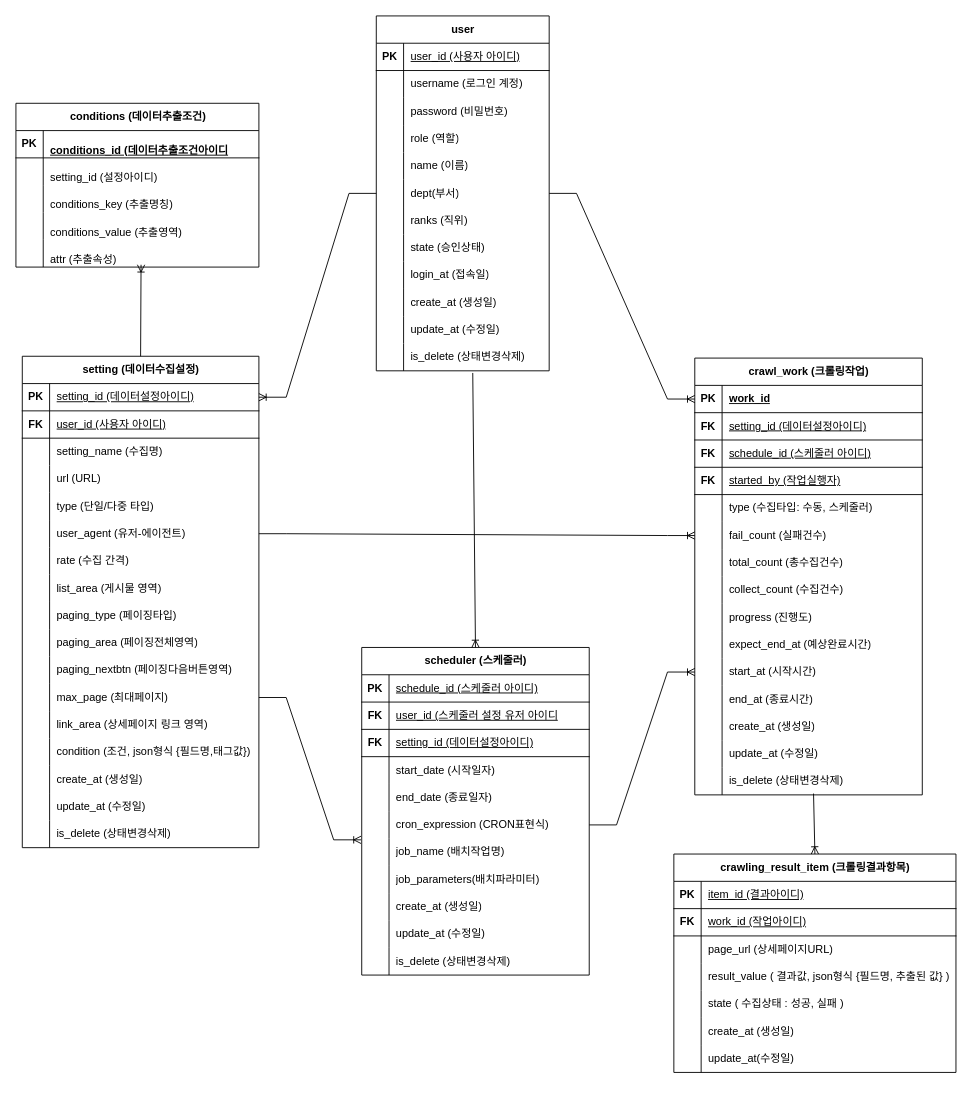
Earlier version of the draw.io diagram 문서/제목 없는 다이어그램.drawio (pky6147/ksis). Source tidied: cells renumbered, new cells numbered last; positions are measured from the earlier drawing's top-left corner, leaving out a move shared by most shapes. Both pictures are drawn from the tidied source at 91%, with x=0, y=0 at pixel (15, 15).
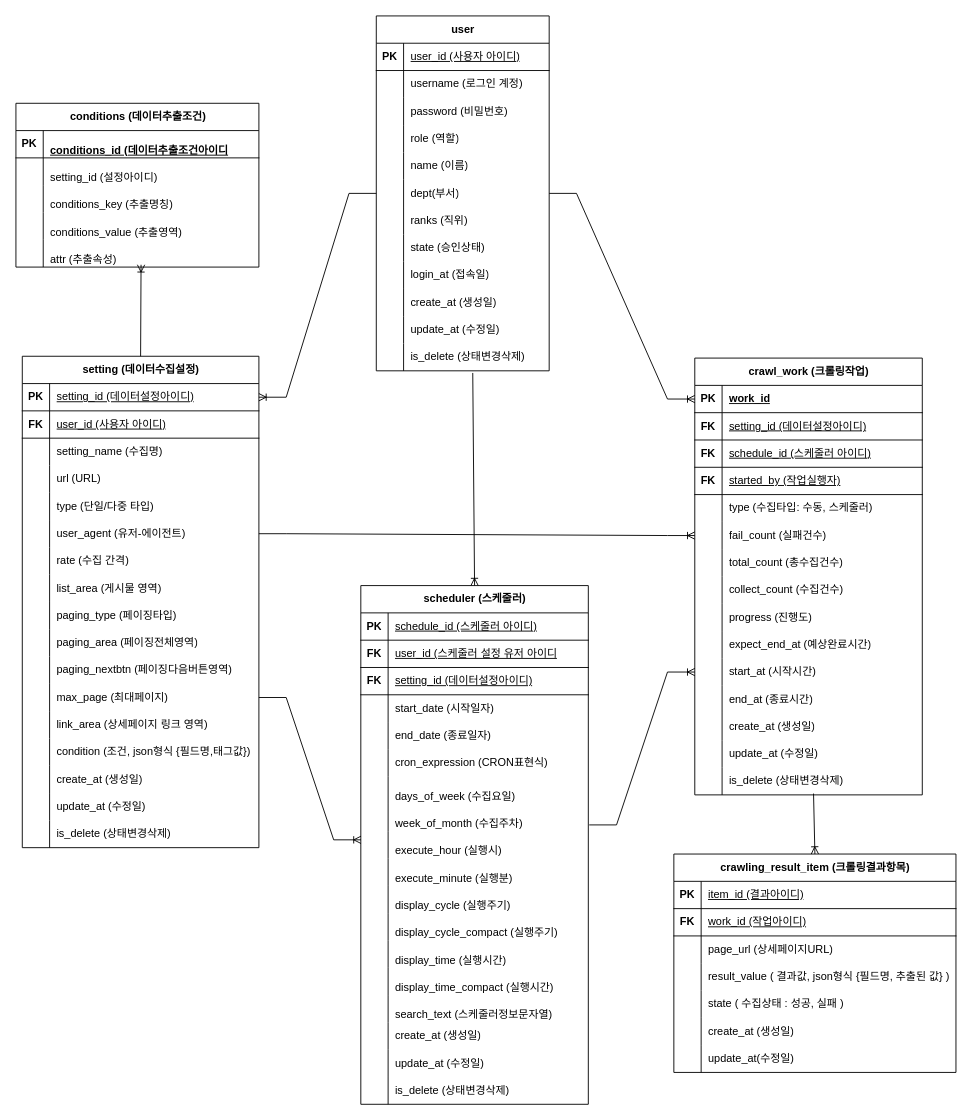
The same page after the edit.

Unchanged cells that the change refers to:
```xml
<mxCell id="110" style="shape=tableRow;horizontal=0;startSize=0;swimlaneHead=0;swimlaneBody=0;fillColor=none;top=0;left=0;right=0;bottom=0;" parent="91" vertex="1">
  <mxGeometry y="210" width="250" height="30" as="geometry" />
</mxCell>
```

Change to the diagram source:
```diff
@@
     <mxCell id="91" value="scheduler (스케줄러)" style="shape=table;startSize=30;childLayout=tableLayout;rowLines=0;fontStyle=1;align=center;html=1;" parent="1" vertex="1">
-      <mxGeometry x="380" y="694" width="250" height="360" as="geometry" />
+      <mxGeometry x="379" y="626" width="250" height="570" as="geometry" />
     </mxCell>
@@
-    <mxCell id="112" value="job_name (배치작업명)" style="shape=partialRectangle;fillColor=none;top=0;left=0;bottom=0;right=0;align=left;spacingLeft=6;overflow=hidden;whiteSpace=wrap;html=1;" parent="110" vertex="1">
+    <mxCell id="112" value="&lt;p class=&quot;1&quot; style=&quot;text-align:center;mso-pagination:none;text-autospace:none;mso-padding-alt:0pt 0pt 0pt 0pt;&quot;&gt;&lt;span lang=&quot;EN-US&quot; style=&quot;mso-fareast-font-family:맑은 고딕;mso-font-width:100%;letter-spacing:0pt;mso-text-raise:0pt;&quot;&gt;days_of_week (수집요일)&lt;/span&gt;&lt;/p&gt;&lt;div id=&quot;hwpEditorBoardContent&quot; class=&quot;hwp_editor_board_content&quot;&gt;&lt;/div&gt;" style="shape=partialRectangle;fillColor=none;top=0;left=0;bottom=0;right=0;align=left;spacingLeft=6;overflow=hidden;whiteSpace=wrap;html=1;" parent="110" vertex="1">
       <mxGeometry x="30" width="220" height="30" as="geometry" />
     </mxCell>
+    <mxCell id="217" style="shape=tableRow;horizontal=0;startSize=0;swimlaneHead=0;swimlaneBody=0;fillColor=none;top=0;left=0;right=0;bottom=0;" parent="91" vertex="1">
+      <mxGeometry y="240" width="250" height="30" as="geometry" />
+    </mxCell>
+    <mxCell id="218" style="shape=partialRectangle;fillColor=none;top=0;left=0;bottom=0;right=0;overflow=hidden;whiteSpace=wrap;html=1;" parent="217" vertex="1">
+      <mxGeometry width="30" height="30" as="geometry" />
+    </mxCell>
+    <mxCell id="219" value="&lt;p class=&quot;1&quot; style=&quot;text-align:center;mso-pagination:none;text-autospace:none;mso-padding-alt:0pt 0pt 0pt 0pt;&quot;&gt;&lt;/p&gt;&lt;div id=&quot;hwpEditorBoardContent&quot; class=&quot;hwp_editor_board_content&quot;&gt;&lt;/div&gt;&lt;p&gt;&lt;/p&gt;&lt;p class=&quot;1&quot; style=&quot;text-align:center;mso-pagination:none;text-autospace:none;mso-padding-alt:0pt 0pt 0pt 0pt;&quot;&gt;&lt;span lang=&quot;EN-US&quot; style=&quot;mso-fareast-font-family:맑은 고딕;mso-font-width:100%;letter-spacing:0pt;mso-text-raise:0pt;&quot;&gt;week_of_month (수집주차)&lt;/span&gt;&lt;/p&gt;&lt;div id=&quot;hwpEditorBoardContent&quot; class=&quot;hwp_editor_board_content&quot;&gt;&lt;/div&gt;" style="shape=partialRectangle;fillColor=none;top=0;left=0;bottom=0;right=0;align=left;spacingLeft=6;overflow=hidden;whiteSpace=wrap;html=1;" parent="217" vertex="1">
+      <mxGeometry x="30" width="220" height="30" as="geometry" />
+    </mxCell>
     <mxCell id="113" style="shape=tableRow;horizontal=0;startSize=0;swimlaneHead=0;swimlaneBody=0;fillColor=none;top=0;left=0;right=0;bottom=0;" parent="91" vertex="1">
-      <mxGeometry y="240" width="250" height="30" as="geometry" />
+      <mxGeometry y="270" width="250" height="30" as="geometry" />
     </mxCell>
@@
-    <mxCell id="115" value="job_parameters(배치파라미터)" style="shape=partialRectangle;fillColor=none;top=0;left=0;bottom=0;right=0;align=left;spacingLeft=6;overflow=hidden;whiteSpace=wrap;html=1;" parent="113" vertex="1">
+    <mxCell id="115" value="&lt;p class=&quot;1&quot; style=&quot;text-align:center;mso-pagination:none;text-autospace:none;mso-padding-alt:0pt 0pt 0pt 0pt;&quot;&gt;&lt;span lang=&quot;EN-US&quot; style=&quot;mso-fareast-font-family:맑은 고딕;mso-font-width:100%;letter-spacing:0pt;mso-text-raise:0pt;&quot;&gt;execute_hour (실행시)&lt;/span&gt;&lt;/p&gt;&lt;div id=&quot;hwpEditorBoardContent&quot; class=&quot;hwp_editor_board_content&quot;&gt;&lt;/div&gt;" style="shape=partialRectangle;fillColor=none;top=0;left=0;bottom=0;right=0;align=left;spacingLeft=6;overflow=hidden;whiteSpace=wrap;html=1;" parent="113" vertex="1">
       <mxGeometry x="30" width="220" height="30" as="geometry" />
     </mxCell>
+    <mxCell id="220" style="shape=tableRow;horizontal=0;startSize=0;swimlaneHead=0;swimlaneBody=0;fillColor=none;top=0;left=0;right=0;bottom=0;" parent="91" vertex="1">
+      <mxGeometry y="300" width="250" height="30" as="geometry" />
+    </mxCell>
+    <mxCell id="221" style="shape=partialRectangle;fillColor=none;top=0;left=0;bottom=0;right=0;overflow=hidden;whiteSpace=wrap;html=1;" parent="220" vertex="1">
+      <mxGeometry width="30" height="30" as="geometry" />
+    </mxCell>
+    <mxCell id="222" value="&lt;p class=&quot;1&quot; style=&quot;text-align:center;mso-pagination:none;text-autospace:none;mso-padding-alt:0pt 0pt 0pt 0pt;&quot;&gt;&lt;/p&gt;&lt;div id=&quot;hwpEditorBoardContent&quot; class=&quot;hwp_editor_board_content&quot;&gt;&lt;/div&gt;&lt;p&gt;&lt;/p&gt;&lt;p class=&quot;1&quot; style=&quot;text-align:center;mso-pagination:none;text-autospace:none;mso-padding-alt:0pt 0pt 0pt 0pt;&quot;&gt;&lt;span lang=&quot;EN-US&quot; style=&quot;mso-fareast-font-family:맑은 고딕;mso-font-width:100%;letter-spacing:0pt;mso-text-raise:0pt;&quot;&gt;execute_minute (실행분)&lt;/span&gt;&lt;/p&gt;&lt;div id=&quot;hwpEditorBoardContent&quot; class=&quot;hwp_editor_board_content&quot;&gt;&lt;/div&gt;" style="shape=partialRectangle;fillColor=none;top=0;left=0;bottom=0;right=0;align=left;spacingLeft=6;overflow=hidden;whiteSpace=wrap;html=1;" parent="220" vertex="1">
+      <mxGeometry x="30" width="220" height="30" as="geometry" />
+    </mxCell>
+    <mxCell id="223" style="shape=tableRow;horizontal=0;startSize=0;swimlaneHead=0;swimlaneBody=0;fillColor=none;top=0;left=0;right=0;bottom=0;" parent="91" vertex="1">
+      <mxGeometry y="330" width="250" height="30" as="geometry" />
+    </mxCell>
+    <mxCell id="224" style="shape=partialRectangle;fillColor=none;top=0;left=0;bottom=0;right=0;overflow=hidden;whiteSpace=wrap;html=1;" parent="223" vertex="1">
+      <mxGeometry width="30" height="30" as="geometry" />
+    </mxCell>
+    <mxCell id="225" value="&lt;p class=&quot;1&quot; style=&quot;text-align:center;mso-pagination:none;text-autospace:none;mso-padding-alt:0pt 0pt 0pt 0pt;&quot;&gt;&lt;/p&gt;&lt;div id=&quot;hwpEditorBoardContent&quot; class=&quot;hwp_editor_board_content&quot;&gt;&lt;/div&gt;&lt;p&gt;&lt;/p&gt;&lt;p class=&quot;1&quot; style=&quot;text-align:center;mso-pagination:none;text-autospace:none;mso-padding-alt:0pt 0pt 0pt 0pt;&quot;&gt;&lt;/p&gt;&lt;div id=&quot;hwpEditorBoardContent&quot; class=&quot;hwp_editor_board_content&quot;&gt;&lt;/div&gt;&lt;p&gt;&lt;/p&gt;&lt;p class=&quot;1&quot; style=&quot;text-align:center;mso-pagination:none;text-autospace:none;mso-padding-alt:0pt 0pt 0pt 0pt;&quot;&gt;&lt;span lang=&quot;EN-US&quot; style=&quot;mso-fareast-font-family:맑은 고딕;mso-font-width:100%;letter-spacing:0pt;mso-text-raise:0pt;&quot;&gt;display_cycle (실행주기)&lt;/span&gt;&lt;/p&gt;&lt;div id=&quot;hwpEditorBoardContent&quot; class=&quot;hwp_editor_board_content&quot;&gt;&lt;/div&gt;" style="shape=partialRectangle;fillColor=none;top=0;left=0;bottom=0;right=0;align=left;spacingLeft=6;overflow=hidden;whiteSpace=wrap;html=1;" parent="223" vertex="1">
+      <mxGeometry x="30" width="220" height="30" as="geometry" />
+    </mxCell>
+    <mxCell id="226" style="shape=tableRow;horizontal=0;startSize=0;swimlaneHead=0;swimlaneBody=0;fillColor=none;top=0;left=0;right=0;bottom=0;" parent="91" vertex="1">
+      <mxGeometry y="360" width="250" height="30" as="geometry" />
+    </mxCell>
+    <mxCell id="227" style="shape=partialRectangle;fillColor=none;top=0;left=0;bottom=0;right=0;overflow=hidden;whiteSpace=wrap;html=1;" parent="226" vertex="1">
+      <mxGeometry width="30" height="30" as="geometry" />
+    </mxCell>
+    <mxCell id="228" value="&lt;p class=&quot;1&quot; style=&quot;text-align:center;mso-pagination:none;text-autospace:none;mso-padding-alt:0pt 0pt 0pt 0pt;&quot;&gt;&lt;/p&gt;&lt;div id=&quot;hwpEditorBoardContent&quot; class=&quot;hwp_editor_board_content&quot;&gt;&lt;/div&gt;&lt;p&gt;&lt;/p&gt;&lt;p class=&quot;1&quot; style=&quot;text-align:center;mso-pagination:none;text-autospace:none;mso-padding-alt:0pt 0pt 0pt 0pt;&quot;&gt;&lt;/p&gt;&lt;div id=&quot;hwpEditorBoardContent&quot; class=&quot;hwp_editor_board_content&quot;&gt;&lt;/div&gt;&lt;p&gt;&lt;/p&gt;&lt;p class=&quot;1&quot; style=&quot;text-align:center;mso-pagination:none;text-autospace:none;mso-padding-alt:0pt 0pt 0pt 0pt;&quot;&gt;&lt;/p&gt;&lt;div id=&quot;hwpEditorBoardContent&quot; class=&quot;hwp_editor_board_content&quot;&gt;&lt;/div&gt;&lt;p&gt;&lt;/p&gt;&lt;p class=&quot;1&quot; style=&quot;text-align:center;mso-pagination:none;text-autospace:none;mso-padding-alt:0pt 0pt 0pt 0pt;&quot;&gt;&lt;span lang=&quot;EN-US&quot; style=&quot;mso-fareast-font-family:맑은 고딕;mso-font-width:100%;letter-spacing:0pt;mso-text-raise:0pt;&quot;&gt;display_cycle_compact (실행주기)&lt;/span&gt;&lt;/p&gt;&lt;div id=&quot;hwpEditorBoardContent&quot; class=&quot;hwp_editor_board_content&quot;&gt;&lt;/div&gt;" style="shape=partialRectangle;fillColor=none;top=0;left=0;bottom=0;right=0;align=left;spacingLeft=6;overflow=hidden;whiteSpace=wrap;html=1;" parent="226" vertex="1">
+      <mxGeometry x="30" width="220" height="30" as="geometry" />
+    </mxCell>
+    <mxCell id="229" style="shape=tableRow;horizontal=0;startSize=0;swimlaneHead=0;swimlaneBody=0;fillColor=none;top=0;left=0;right=0;bottom=0;" parent="91" vertex="1">
+      <mxGeometry y="390" width="250" height="30" as="geometry" />
+    </mxCell>
+    <mxCell id="230" style="shape=partialRectangle;fillColor=none;top=0;left=0;bottom=0;right=0;overflow=hidden;whiteSpace=wrap;html=1;" parent="229" vertex="1">
+      <mxGeometry width="30" height="30" as="geometry" />
+    </mxCell>
+    <mxCell id="231" value="&lt;p class=&quot;1&quot; style=&quot;text-align:center;mso-pagination:none;text-autospace:none;mso-padding-alt:0pt 0pt 0pt 0pt;&quot;&gt;&lt;/p&gt;&lt;div id=&quot;hwpEditorBoardContent&quot; class=&quot;hwp_editor_board_content&quot;&gt;&lt;/div&gt;&lt;p&gt;&lt;/p&gt;&lt;p class=&quot;1&quot; style=&quot;text-align:center;mso-pagination:none;text-autospace:none;mso-padding-alt:0pt 0pt 0pt 0pt;&quot;&gt;&lt;/p&gt;&lt;div id=&quot;hwpEditorBoardContent&quot; class=&quot;hwp_editor_board_content&quot;&gt;&lt;/div&gt;&lt;p&gt;&lt;/p&gt;&lt;p class=&quot;1&quot; style=&quot;text-align:center;mso-pagination:none;text-autospace:none;mso-padding-alt:0pt 0pt 0pt 0pt;&quot;&gt;&lt;/p&gt;&lt;div id=&quot;hwpEditorBoardContent&quot; class=&quot;hwp_editor_board_content&quot;&gt;&lt;/div&gt;&lt;p&gt;&lt;/p&gt;&lt;p class=&quot;1&quot; style=&quot;text-align:center;mso-pagination:none;text-autospace:none;mso-padding-alt:0pt 0pt 0pt 0pt;&quot;&gt;&lt;/p&gt;&lt;div id=&quot;hwpEditorBoardContent&quot; class=&quot;hwp_editor_board_content&quot;&gt;&lt;/div&gt;&lt;p&gt;&lt;/p&gt;&lt;p class=&quot;1&quot; style=&quot;text-align:center;mso-pagination:none;text-autospace:none;mso-padding-alt:0pt 0pt 0pt 0pt;&quot;&gt;&lt;span lang=&quot;EN-US&quot; style=&quot;mso-fareast-font-family:맑은 고딕;mso-font-width:100%;letter-spacing:0pt;mso-text-raise:0pt;&quot;&gt;display_time (실행시간)&lt;/span&gt;&lt;/p&gt;&lt;div id=&quot;hwpEditorBoardContent&quot; class=&quot;hwp_editor_board_content&quot;&gt;&lt;/div&gt;" style="shape=partialRectangle;fillColor=none;top=0;left=0;bottom=0;right=0;align=left;spacingLeft=6;overflow=hidden;whiteSpace=wrap;html=1;" parent="229" vertex="1">
+      <mxGeometry x="30" width="220" height="30" as="geometry" />
+    </mxCell>
+    <mxCell id="232" style="shape=tableRow;horizontal=0;startSize=0;swimlaneHead=0;swimlaneBody=0;fillColor=none;top=0;left=0;right=0;bottom=0;" parent="91" vertex="1">
+      <mxGeometry y="420" width="250" height="30" as="geometry" />
+    </mxCell>
+    <mxCell id="233" style="shape=partialRectangle;fillColor=none;top=0;left=0;bottom=0;right=0;overflow=hidden;whiteSpace=wrap;html=1;" parent="232" vertex="1">
+      <mxGeometry width="30" height="30" as="geometry" />
+    </mxCell>
+    <mxCell id="234" value="&lt;p class=&quot;1&quot; style=&quot;text-align:center;mso-pagination:none;text-autospace:none;mso-padding-alt:0pt 0pt 0pt 0pt;&quot;&gt;&lt;/p&gt;&lt;div id=&quot;hwpEditorBoardContent&quot; class=&quot;hwp_editor_board_content&quot;&gt;&lt;/div&gt;&lt;p&gt;&lt;/p&gt;&lt;p class=&quot;1&quot; style=&quot;text-align:center;mso-pagination:none;text-autospace:none;mso-padding-alt:0pt 0pt 0pt 0pt;&quot;&gt;&lt;/p&gt;&lt;div id=&quot;hwpEditorBoardContent&quot; class=&quot;hwp_editor_board_content&quot;&gt;&lt;/div&gt;&lt;p&gt;&lt;/p&gt;&lt;p class=&quot;1&quot; style=&quot;text-align:center;mso-pagination:none;text-autospace:none;mso-padding-alt:0pt 0pt 0pt 0pt;&quot;&gt;&lt;/p&gt;&lt;div id=&quot;hwpEditorBoardContent&quot; class=&quot;hwp_editor_board_content&quot;&gt;&lt;/div&gt;&lt;p&gt;&lt;/p&gt;&lt;p class=&quot;1&quot; style=&quot;text-align:center;mso-pagination:none;text-autospace:none;mso-padding-alt:0pt 0pt 0pt 0pt;&quot;&gt;&lt;/p&gt;&lt;div id=&quot;hwpEditorBoardContent&quot; class=&quot;hwp_editor_board_content&quot;&gt;&lt;/div&gt;&lt;p&gt;&lt;/p&gt;&lt;p class=&quot;1&quot; style=&quot;text-align:center;mso-pagination:none;text-autospace:none;mso-padding-alt:0pt 0pt 0pt 0pt;&quot;&gt;&lt;/p&gt;&lt;div id=&quot;hwpEditorBoardContent&quot; class=&quot;hwp_editor_board_content&quot;&gt;&lt;/div&gt;&lt;p&gt;&lt;/p&gt;&lt;p class=&quot;1&quot; style=&quot;text-align:center;mso-pagination:none;text-autospace:none;mso-padding-alt:0pt 0pt 0pt 0pt;&quot;&gt;&lt;span lang=&quot;EN-US&quot; style=&quot;mso-fareast-font-family:맑은 고딕;mso-font-width:100%;letter-spacing:0pt;mso-text-raise:0pt;&quot;&gt;display_time_compact (실행시간)&lt;br&gt;&lt;/span&gt;&lt;/p&gt;&lt;div id=&quot;hwpEditorBoardContent&quot; class=&quot;hwp_editor_board_content&quot;&gt;&lt;/div&gt;" style="shape=partialRectangle;fillColor=none;top=0;left=0;bottom=0;right=0;align=left;spacingLeft=6;overflow=hidden;whiteSpace=wrap;html=1;" parent="232" vertex="1">
+      <mxGeometry x="30" width="220" height="30" as="geometry" />
+    </mxCell>
+    <mxCell id="235" style="shape=tableRow;horizontal=0;startSize=0;swimlaneHead=0;swimlaneBody=0;fillColor=none;top=0;left=0;right=0;bottom=0;" parent="91" vertex="1">
+      <mxGeometry y="450" width="250" height="30" as="geometry" />
+    </mxCell>
+    <mxCell id="236" style="shape=partialRectangle;fillColor=none;top=0;left=0;bottom=0;right=0;overflow=hidden;whiteSpace=wrap;html=1;" parent="235" vertex="1">
+      <mxGeometry width="30" height="30" as="geometry" />
+    </mxCell>
+    <mxCell id="237" value="&lt;p class=&quot;1&quot; style=&quot;text-align:center;mso-pagination:none;text-autospace:none;mso-padding-alt:0pt 0pt 0pt 0pt;&quot;&gt;&lt;/p&gt;&lt;div id=&quot;hwpEditorBoardContent&quot; class=&quot;hwp_editor_board_content&quot;&gt;&lt;/div&gt;&lt;p&gt;&lt;/p&gt;&lt;p class=&quot;1&quot; style=&quot;text-align:center;mso-pagination:none;text-autospace:none;mso-padding-alt:0pt 0pt 0pt 0pt;&quot;&gt;&lt;/p&gt;&lt;div id=&quot;hwpEditorBoardContent&quot; class=&quot;hwp_editor_board_content&quot;&gt;&lt;/div&gt;&lt;p&gt;&lt;/p&gt;&lt;p class=&quot;1&quot; style=&quot;text-align:center;mso-pagination:none;text-autospace:none;mso-padding-alt:0pt 0pt 0pt 0pt;&quot;&gt;&lt;/p&gt;&lt;div id=&quot;hwpEditorBoardContent&quot; class=&quot;hwp_editor_board_content&quot;&gt;&lt;/div&gt;&lt;p&gt;&lt;/p&gt;&lt;p class=&quot;1&quot; style=&quot;text-align:center;mso-pagination:none;text-autospace:none;mso-padding-alt:0pt 0pt 0pt 0pt;&quot;&gt;&lt;/p&gt;&lt;div id=&quot;hwpEditorBoardContent&quot; class=&quot;hwp_editor_board_content&quot;&gt;&lt;/div&gt;&lt;p&gt;&lt;/p&gt;&lt;p class=&quot;1&quot; style=&quot;text-align:center;mso-pagination:none;text-autospace:none;mso-padding-alt:0pt 0pt 0pt 0pt;&quot;&gt;&lt;/p&gt;&lt;div id=&quot;hwpEditorBoardContent&quot; class=&quot;hwp_editor_board_content&quot;&gt;&lt;/div&gt;&lt;p&gt;&lt;/p&gt;&lt;p class=&quot;1&quot; style=&quot;text-align:center;mso-pagination:none;text-autospace:none;mso-padding-alt:0pt 0pt 0pt 0pt;&quot;&gt;&lt;span lang=&quot;EN-US&quot; style=&quot;mso-fareast-font-family:맑은 고딕;mso-font-width:100%;letter-spacing:0pt;mso-text-raise:0pt;&quot;&gt;&lt;/span&gt;&lt;/p&gt;&lt;div id=&quot;hwpEditorBoardContent&quot; class=&quot;hwp_editor_board_content&quot;&gt;&lt;/div&gt;&lt;p&gt;&lt;/p&gt;&lt;p class=&quot;1&quot; style=&quot;text-align:center;mso-pagination:none;text-autospace:none;mso-padding-alt:0pt 0pt 0pt 0pt;&quot;&gt;&lt;span lang=&quot;EN-US&quot; style=&quot;mso-fareast-font-family:맑은 고딕;mso-font-width:100%;letter-spacing:0pt;mso-text-raise:0pt;&quot;&gt;search_text (스케줄러정보문자열)&lt;/span&gt;&lt;/p&gt;&lt;div id=&quot;hwpEditorBoardContent&quot; class=&quot;hwp_editor_board_content&quot;&gt;&lt;/div&gt;" style="shape=partialRectangle;fillColor=none;top=0;left=0;bottom=0;right=0;align=left;spacingLeft=6;overflow=hidden;whiteSpace=wrap;html=1;" parent="235" vertex="1">
+      <mxGeometry x="30" width="220" height="30" as="geometry" />
+    </mxCell>
     <mxCell id="116" style="shape=tableRow;horizontal=0;startSize=0;swimlaneHead=0;swimlaneBody=0;fillColor=none;top=0;left=0;right=0;bottom=0;" parent="91" vertex="1">
-      <mxGeometry y="270" width="250" height="30" as="geometry" />
+      <mxGeometry y="480" width="250" height="30" as="geometry" />
     </mxCell>
@@
     <mxCell id="119" style="shape=tableRow;horizontal=0;startSize=0;swimlaneHead=0;swimlaneBody=0;fillColor=none;top=0;left=0;right=0;bottom=0;" parent="91" vertex="1">
-      <mxGeometry y="300" width="250" height="30" as="geometry" />
+      <mxGeometry y="510" width="250" height="30" as="geometry" />
     </mxCell>
@@
     <mxCell id="122" style="shape=tableRow;horizontal=0;startSize=0;swimlaneHead=0;swimlaneBody=0;fillColor=none;top=0;left=0;right=0;bottom=0;" parent="91" vertex="1">
-      <mxGeometry y="330" width="250" height="30" as="geometry" />
+      <mxGeometry y="540" width="250" height="30" as="geometry" />
     </mxCell>
```
